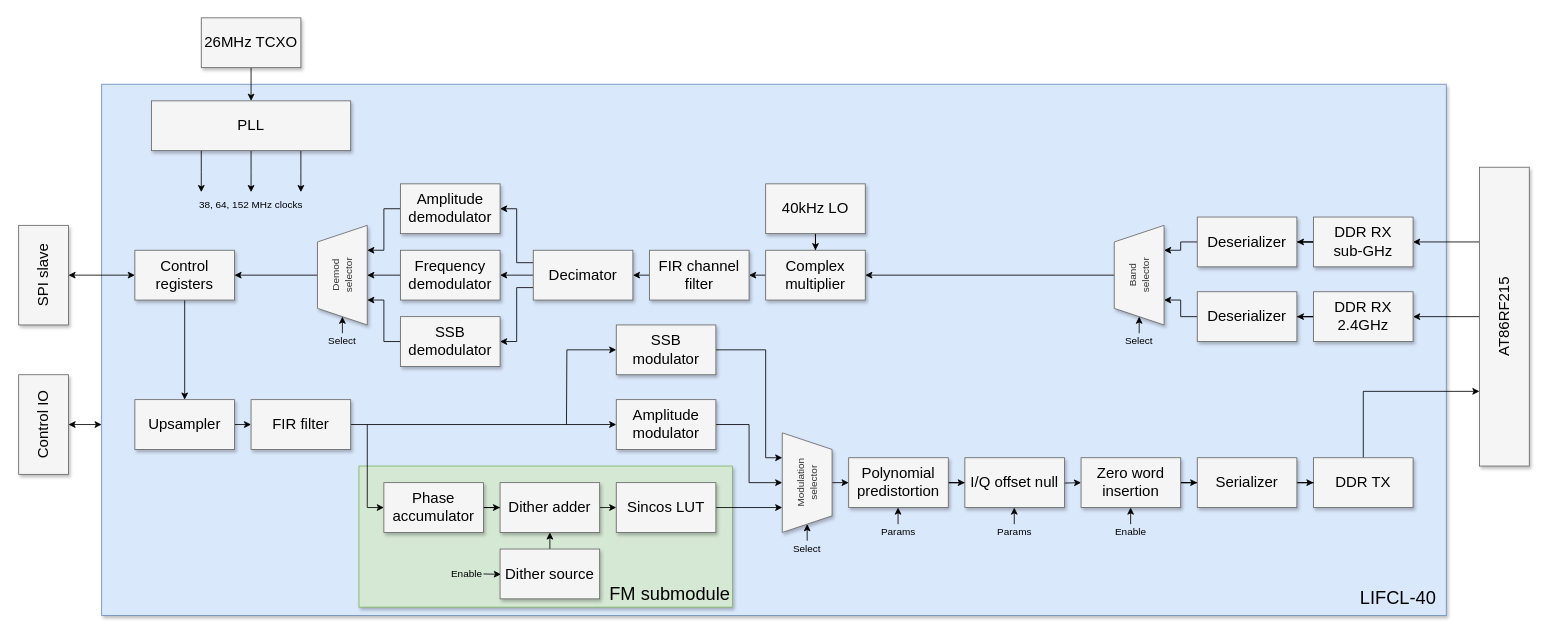
Above: docs/OpenHT-fpga.drawio in M17-Project/OpenHT-fpga (draw.io), before the change. Source tidied: cells renumbered, new cells numbered last; positions are measured from the earlier drawing's top-left corner, leaving out a move shared by most shapes. Both pictures are drawn from the tidied source at 83%, with x=0, y=0 at pixel (-7, 17).
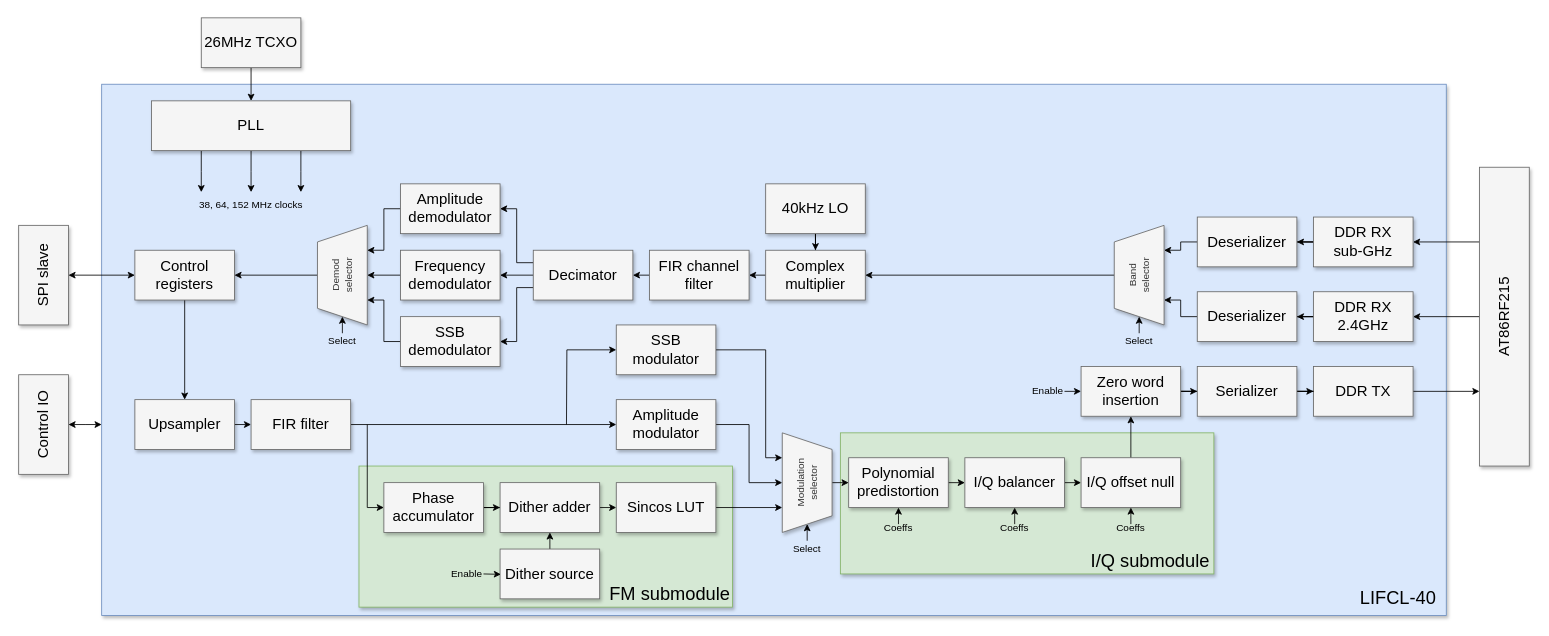
The same page after the edit.

The change refers to these unchanged cells:
```xml
<mxCell id="22" value="AT86RF215" style="whiteSpace=wrap;html=1;shadow=1;fontSize=18;fillColor=#f5f5f5;strokeColor=#666666;rotation=-90;" parent="1" vertex="1">
  <mxGeometry x="1640" y="330" width="360" height="60" as="geometry" />
</mxCell>
<mxCell id="83" value="Polynomial predistortion" style="whiteSpace=wrap;html=1;shadow=1;fontSize=18;fillColor=#f5f5f5;strokeColor=#666666;glass=0;" parent="1" vertex="1">
  <mxGeometry x="1030" y="530" width="120" height="60" as="geometry" />
</mxCell>
```

The edit, as a diff of the source:
```diff
@@
+    <mxCell id="94" style="rounded=0;whiteSpace=wrap;html=1;fillColor=#d5e8d4;strokeColor=#82b366;shadow=1;" parent="1" vertex="1">
+      <mxGeometry x="1020" y="500" width="450" height="170" as="geometry" />
+    </mxCell>
@@
-    <mxCell id="8" style="edgeStyle=orthogonalEdgeStyle;rounded=0;jettySize=auto;html=1;exitX=0.5;exitY=0;exitDx=0;exitDy=0;entryX=0.25;entryY=0;entryDx=0;entryDy=0;startArrow=none;startFill=0;endArrow=classic;endFill=1;" parent="1" edge="1" source="9" target="22">
+    <mxCell id="8" style="edgeStyle=orthogonalEdgeStyle;rounded=0;jettySize=auto;html=1;exitX=1;exitY=0.5;exitDx=0;exitDy=0;entryX=0.25;entryY=0;entryDx=0;entryDy=0;" parent="1" edge="1" source="9" target="22">
       <mxGeometry relative="1" as="geometry" />
     </mxCell>
     <mxCell id="9" value="DDR TX" style="whiteSpace=wrap;html=1;shadow=1;fontSize=18;fillColor=#f5f5f5;strokeColor=#666666;" parent="1" vertex="1">
-      <mxGeometry x="1590" y="530" width="120" height="60" as="geometry" />
+      <mxGeometry x="1590" y="420" width="120" height="60" as="geometry" />
     </mxCell>
@@
     <mxCell id="64" value="Zero word&lt;br&gt;insertion" style="whiteSpace=wrap;html=1;shadow=1;fontSize=18;fillColor=#f5f5f5;strokeColor=#666666;glass=0;" parent="1" vertex="1">
-      <mxGeometry x="1310" y="530" width="120" height="60" as="geometry" />
+      <mxGeometry x="1310" y="420" width="120" height="60" as="geometry" />
     </mxCell>
@@
     <mxCell id="66" value="Serializer" style="whiteSpace=wrap;html=1;shadow=1;fontSize=18;fillColor=#f5f5f5;strokeColor=#666666;glass=0;" parent="1" vertex="1">
-      <mxGeometry x="1450" y="530" width="120" height="60" as="geometry" />
+      <mxGeometry x="1450" y="420" width="120" height="60" as="geometry" />
     </mxCell>
@@
-    <mxCell id="74" style="edgeStyle=orthogonalEdgeStyle;rounded=0;orthogonalLoop=1;jettySize=auto;html=1;" parent="1" edge="1">
+    <mxCell id="74" style="edgeStyle=orthogonalEdgeStyle;rounded=0;jettySize=auto;html=1;entryX=0;entryY=0.5;entryDx=0;entryDy=0;" parent="1" edge="1" target="64">
       <mxGeometry relative="1" as="geometry">
-        <mxPoint x="1369.7" y="610" as="sourcePoint" />
-        <mxPoint x="1369.7" y="590" as="targetPoint" />
+        <mxPoint x="1290" y="450" as="sourcePoint" />
       </mxGeometry>
     </mxCell>
     <mxCell id="75" value="Enable" style="text;html=1;strokeColor=none;fillColor=none;align=center;verticalAlign=middle;whiteSpace=wrap;rounded=0;" parent="1" vertex="1">
-      <mxGeometry x="1270" y="605" width="200" height="30" as="geometry" />
+      <mxGeometry x="1170" y="435" width="200" height="30" as="geometry" />
     </mxCell>
@@
-    <mxCell id="82" style="edgeStyle=orthogonalEdgeStyle;rounded=0;jettySize=auto;html=1;exitX=1;exitY=0.5;exitDx=0;exitDy=0;" parent="1" edge="1" source="83" target="85">
-      <mxGeometry relative="1" as="geometry" />
-    </mxCell>
+    <mxCell id="95" style="edgeStyle=orthogonalEdgeStyle;rounded=0;jettySize=auto;html=1;exitX=1;exitY=0.5;exitDx=0;exitDy=0;entryX=0;entryY=0.5;entryDx=0;entryDy=0;" parent="1" edge="1" source="83" target="98">
+      <mxGeometry relative="1" as="geometry" />
+    </mxCell>
@@
-    <mxCell id="84" style="edgeStyle=orthogonalEdgeStyle;rounded=0;jettySize=auto;html=1;startArrow=none;startFill=0;endArrow=classic;endFill=1;" parent="1" edge="1" target="64">
-      <mxGeometry relative="1" as="geometry">
-        <mxPoint x="1270" y="560" as="sourcePoint" />
-      </mxGeometry>
-    </mxCell>
+    <mxCell id="96" style="edgeStyle=orthogonalEdgeStyle;rounded=0;jettySize=auto;html=1;exitX=0.5;exitY=0;exitDx=0;exitDy=0;entryX=0.5;entryY=1;entryDx=0;entryDy=0;" parent="1" edge="1" source="85" target="64">
+      <mxGeometry relative="1" as="geometry" />
+    </mxCell>
     <mxCell id="85" value="I/Q offset null" style="whiteSpace=wrap;html=1;shadow=1;fontSize=18;fillColor=#f5f5f5;strokeColor=#666666;glass=0;" parent="1" vertex="1">
-      <mxGeometry x="1170" y="530" width="120" height="60" as="geometry" />
+      <mxGeometry x="1310" y="530" width="120" height="60" as="geometry" />
     </mxCell>
@@
-    <mxCell id="90" style="edgeStyle=orthogonalEdgeStyle;rounded=0;orthogonalLoop=1;jettySize=auto;html=1;" parent="1" edge="1">
-      <mxGeometry relative="1" as="geometry">
-        <mxPoint x="1089.5" y="610" as="sourcePoint" />
-        <mxPoint x="1089.5" y="590" as="targetPoint" />
-      </mxGeometry>
-    </mxCell>
-    <mxCell id="91" value="Params" style="text;html=1;strokeColor=none;fillColor=none;align=center;verticalAlign=middle;whiteSpace=wrap;rounded=0;" parent="1" vertex="1">
-      <mxGeometry x="990" y="605" width="200" height="30" as="geometry" />
-    </mxCell>
-    <mxCell id="92" style="edgeStyle=orthogonalEdgeStyle;rounded=0;orthogonalLoop=1;jettySize=auto;html=1;" parent="1" edge="1">
-      <mxGeometry relative="1" as="geometry">
-        <mxPoint x="1229.5" y="610" as="sourcePoint" />
-        <mxPoint x="1229.5" y="590" as="targetPoint" />
-      </mxGeometry>
-    </mxCell>
-    <mxCell id="93" value="Params" style="text;html=1;strokeColor=none;fillColor=none;align=center;verticalAlign=middle;whiteSpace=wrap;rounded=0;" parent="1" vertex="1">
-      <mxGeometry x="1130" y="605" width="200" height="30" as="geometry" />
-    </mxCell>
+    <mxCell id="97" style="edgeStyle=orthogonalEdgeStyle;rounded=0;jettySize=auto;html=1;exitX=1;exitY=0.5;exitDx=0;exitDy=0;entryX=0;entryY=0.5;entryDx=0;entryDy=0;" parent="1" edge="1" source="98" target="85">
+      <mxGeometry relative="1" as="geometry" />
+    </mxCell>
+    <mxCell id="98" value="I/Q balancer" style="whiteSpace=wrap;html=1;shadow=1;fontSize=18;fillColor=#f5f5f5;strokeColor=#666666;glass=0;" parent="1" vertex="1">
+      <mxGeometry x="1170" y="530" width="120" height="60" as="geometry" />
+    </mxCell>
+    <mxCell id="99" value="Coeffs" style="text;html=1;strokeColor=none;fillColor=none;align=center;verticalAlign=middle;whiteSpace=wrap;rounded=0;" parent="1" vertex="1">
+      <mxGeometry x="990" y="600" width="200" height="30" as="geometry" />
+    </mxCell>
+    <mxCell id="100" style="edgeStyle=orthogonalEdgeStyle;rounded=0;jettySize=auto;html=1;exitX=0.5;exitY=0.333;exitDx=0;exitDy=0;exitPerimeter=0;entryX=0.5;entryY=1;entryDx=0;entryDy=0;" parent="1" edge="1" source="99" target="83">
+      <mxGeometry relative="1" as="geometry">
+        <Array as="points">
+          <mxPoint x="1090" y="600" />
+          <mxPoint x="1090" y="600" />
+        </Array>
+      </mxGeometry>
+    </mxCell>
+    <mxCell id="101" value="Coeffs" style="text;html=1;strokeColor=none;fillColor=none;align=center;verticalAlign=middle;whiteSpace=wrap;rounded=0;" parent="1" vertex="1">
+      <mxGeometry x="1130" y="600" width="200" height="30" as="geometry" />
+    </mxCell>
+    <mxCell id="102" style="edgeStyle=orthogonalEdgeStyle;rounded=0;jettySize=auto;html=1;exitX=0.5;exitY=0.333;exitDx=0;exitDy=0;exitPerimeter=0;entryX=0.5;entryY=1;entryDx=0;entryDy=0;" parent="1" edge="1" source="101">
+      <mxGeometry relative="1" as="geometry">
+        <mxPoint x="1230" y="590" as="targetPoint" />
+        <Array as="points">
+          <mxPoint x="1230" y="600" />
+          <mxPoint x="1230" y="600" />
+        </Array>
+      </mxGeometry>
+    </mxCell>
+    <mxCell id="103" value="Coeffs" style="text;html=1;strokeColor=none;fillColor=none;align=center;verticalAlign=middle;whiteSpace=wrap;rounded=0;" parent="1" vertex="1">
+      <mxGeometry x="1270" y="600" width="200" height="30" as="geometry" />
+    </mxCell>
+    <mxCell id="104" style="edgeStyle=orthogonalEdgeStyle;rounded=0;jettySize=auto;html=1;exitX=0.5;exitY=0.333;exitDx=0;exitDy=0;exitPerimeter=0;entryX=0.5;entryY=1;entryDx=0;entryDy=0;" parent="1" edge="1" source="103">
+      <mxGeometry relative="1" as="geometry">
+        <mxPoint x="1370" y="590" as="targetPoint" />
+        <Array as="points">
+          <mxPoint x="1370" y="600" />
+          <mxPoint x="1370" y="600" />
+        </Array>
+      </mxGeometry>
+    </mxCell>
+    <mxCell id="105" value="I/Q submodule" style="text;html=1;strokeColor=none;fillColor=none;align=left;verticalAlign=middle;whiteSpace=wrap;rounded=0;fontSize=22;" parent="1" vertex="1">
+      <mxGeometry x="1320" y="640" width="250" height="30" as="geometry" />
+    </mxCell>
```
